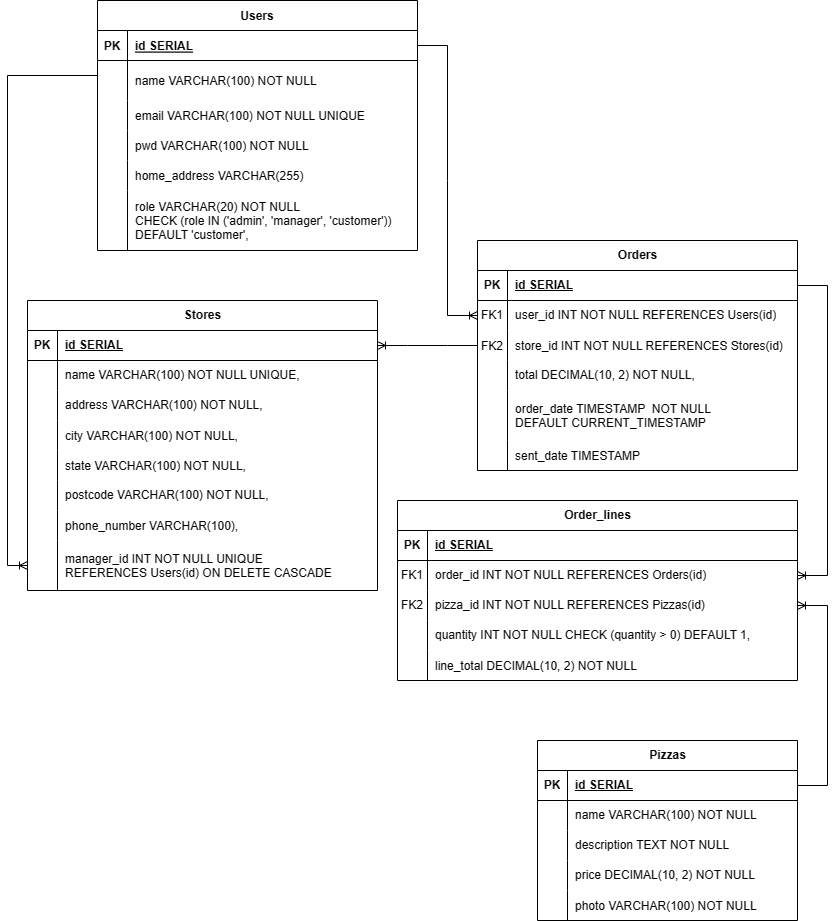
The draw.io diagram src/bd_info/modelo_ER.drawio.png in guoruipan/pitsa-jaus, before a commit. Source tidied: cells renumbered, new cells last; positions are measured from the earlier drawing's top-left corner, leaving out a move shared by most shapes.
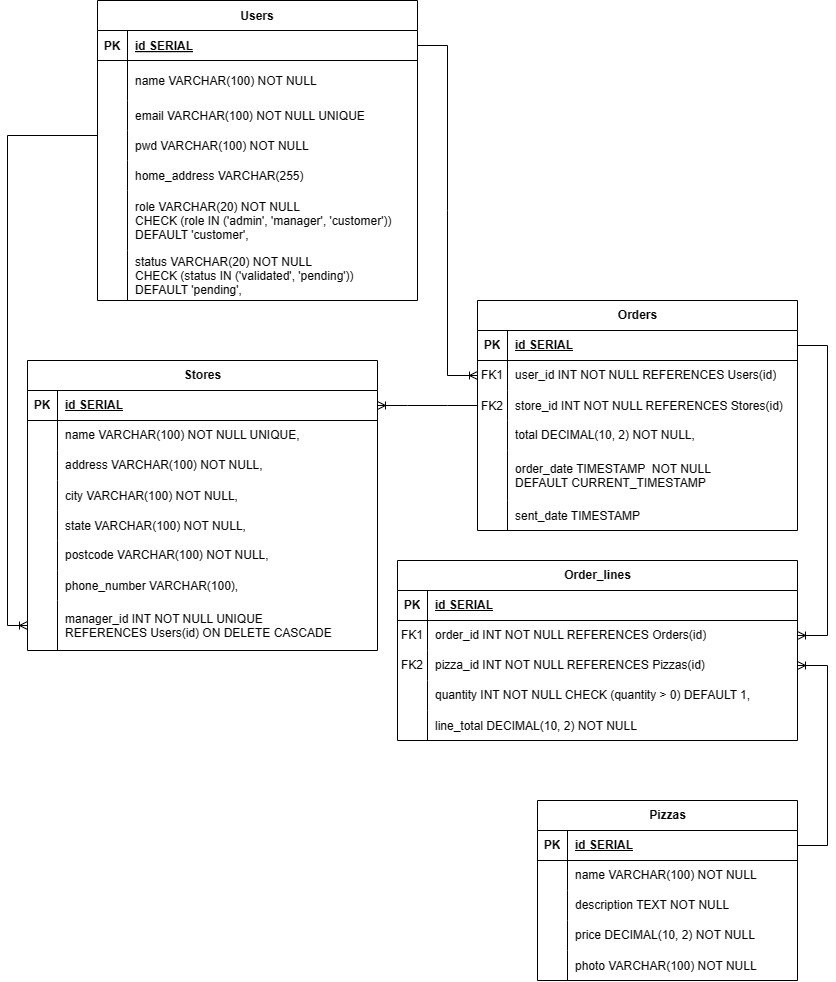
After the commit.

Commit message:
added status field to users table

Diff of the diagram source:
```diff
@@ -51,7 +51,7 @@
       <mxGeometry x="30" width="230" height="30" as="geometry" />
     </mxCell>
     <mxCell id="18" value="Users" style="shape=table;startSize=30;rowLines=0;fontStyle=1;align=center;" parent="1" vertex="1">
-      <mxGeometry x="90" width="320" height="250" as="geometry" />
+      <mxGeometry x="90" y="-60" width="320" height="300" as="geometry" />
     </mxCell>
     <mxCell id="19" style="shape=partialRectangle;fillColor=none;points=[[0,0.5],[1,0.5]];portConstraint=eastwest;top=0;left=0;right=0;bottom=1;" parent="18" vertex="1">
       <mxGeometry y="30" width="320" height="30" as="geometry" />
@@ -107,6 +107,15 @@
     <mxCell id="36" value="role VARCHAR(20) NOT NULL &#10;CHECK (role IN ('admin', 'manager', 'customer')) &#10;DEFAULT 'customer'," style="shape=partialRectangle;fillColor=none;top=0;left=0;bottom=0;right=0;align=left;spacingLeft=6;overflow=hidden;" parent="34" vertex="1">
       <mxGeometry x="30" width="290" height="60" as="geometry" />
     </mxCell>
+    <mxCell id="102" style="shape=tableRow;horizontal=0;startSize=0;swimlaneHead=0;swimlaneBody=0;fillColor=none;top=0;left=0;right=0;bottom=0;" parent="18" vertex="1">
+      <mxGeometry y="250" width="320" height="50" as="geometry" />
+    </mxCell>
+    <mxCell id="103" style="shape=partialRectangle;fillColor=none;top=0;left=0;bottom=0;right=0;overflow=hidden;" parent="102" vertex="1">
+      <mxGeometry width="30" height="50" as="geometry" />
+    </mxCell>
+    <mxCell id="104" value="status VARCHAR(20) NOT NULL &#10;CHECK (status IN ('validated', 'pending')) &#10;DEFAULT 'pending'," style="shape=partialRectangle;fillColor=none;top=0;left=0;bottom=0;right=0;align=left;spacingLeft=6;overflow=hidden;" parent="102" vertex="1">
+      <mxGeometry x="30" width="290" height="50" as="geometry" />
+    </mxCell>
     <mxCell id="37" value="Orders" style="shape=table;startSize=30;rowLines=0;fontStyle=1;align=center;html=1;" parent="1" vertex="1">
       <mxGeometry x="470" y="240" width="320" height="230" as="geometry" />
     </mxCell>
```
